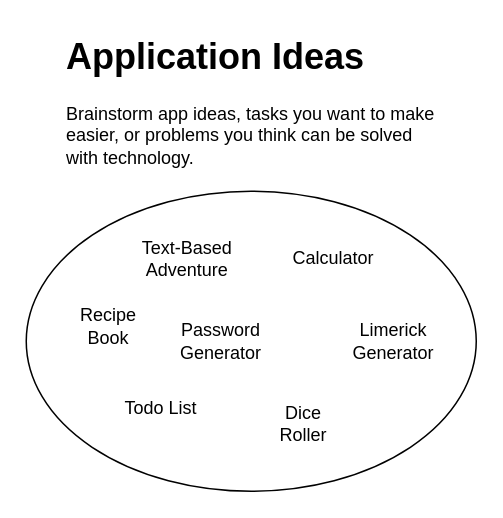
This is page "Page-1" (1 of 4) of ProceduralManual.drawio from EricOrrDev/Diagrams, a draw.io file, before an edit. Source tidied: cells renumbered, new cells numbered last; positions are measured from the earlier drawing's top-left corner, leaving out a move shared by most shapes. Both pictures are drawn from the tidied source at 150%, with x=0, y=0 at pixel (26, 26).
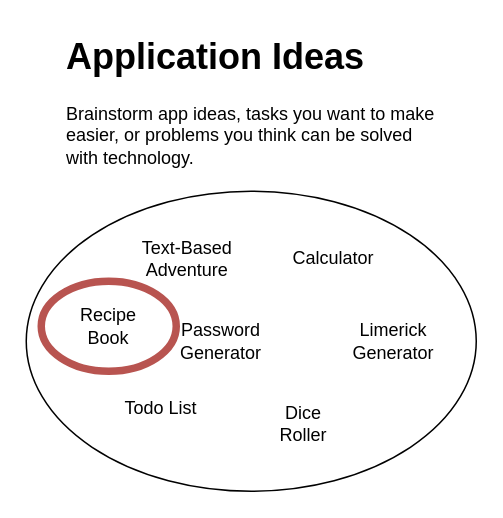
The same page after the edit.

Change to the diagram source:
```diff
@@
 <mxGraphModel>
   <root>
     <mxCell id="0" />
     <mxCell id="1" parent="0" />
     <mxCell id="2" style="ellipse;whiteSpace=wrap;html=1;" parent="1" vertex="1">
       <mxGeometry y="110" width="300" height="200" as="geometry" />
     </mxCell>
     <mxCell id="3" value="&lt;h1 style=&quot;margin-top: 0px;&quot;&gt;Application Ideas&lt;br&gt;&lt;/h1&gt;&lt;p&gt;Brainstorm app ideas, tasks you want to make easier, or problems you think can be solved with technology.&lt;br&gt;&lt;/p&gt;" style="text;html=1;whiteSpace=wrap;overflow=hidden;rounded=0;" parent="1" vertex="1">
       <mxGeometry x="25" width="250" height="120" as="geometry" />
     </mxCell>
     <mxCell id="4" value="Limerick Generator" style="text;html=1;align=center;verticalAlign=middle;whiteSpace=wrap;rounded=0;" parent="1" vertex="1">
       <mxGeometry x="215" y="195" width="60" height="30" as="geometry" />
     </mxCell>
     <mxCell id="5" value="Recipe Book" style="text;html=1;align=center;verticalAlign=middle;whiteSpace=wrap;rounded=0;" parent="1" vertex="1">
       <mxGeometry x="25" y="185" width="60" height="30" as="geometry" />
     </mxCell>
     <mxCell id="6" value="Calculator" style="text;html=1;align=center;verticalAlign=middle;whiteSpace=wrap;rounded=0;" parent="1" vertex="1">
       <mxGeometry x="175" y="140" width="60" height="30" as="geometry" />
     </mxCell>
     <mxCell id="7" value="Dice Roller" style="text;html=1;align=center;verticalAlign=middle;whiteSpace=wrap;rounded=0;" parent="1" vertex="1">
       <mxGeometry x="155" y="250" width="60" height="30" as="geometry" />
     </mxCell>
     <mxCell id="8" value="&lt;div&gt;Todo List&lt;br&gt;&lt;/div&gt;" style="text;html=1;align=center;verticalAlign=middle;whiteSpace=wrap;rounded=0;" parent="1" vertex="1">
       <mxGeometry x="60" y="240" width="60" height="30" as="geometry" />
     </mxCell>
     <mxCell id="9" value="Text-Based Adventure" style="text;html=1;align=center;verticalAlign=middle;whiteSpace=wrap;rounded=0;" parent="1" vertex="1">
       <mxGeometry x="70" y="140" width="75" height="30" as="geometry" />
     </mxCell>
     <mxCell id="10" value="Password Generator" style="text;html=1;align=center;verticalAlign=middle;whiteSpace=wrap;rounded=0;" parent="1" vertex="1">
       <mxGeometry x="100" y="195" width="60" height="30" as="geometry" />
     </mxCell>
+    <mxCell id="11" style="ellipse;whiteSpace=wrap;html=1;fillColor=none;strokeColor=#b85450;strokeWidth=5;" parent="1" vertex="1">
+      <mxGeometry x="10" y="170" width="90" height="60" as="geometry" />
+    </mxCell>
   </root>
 </mxGraphModel>
```
